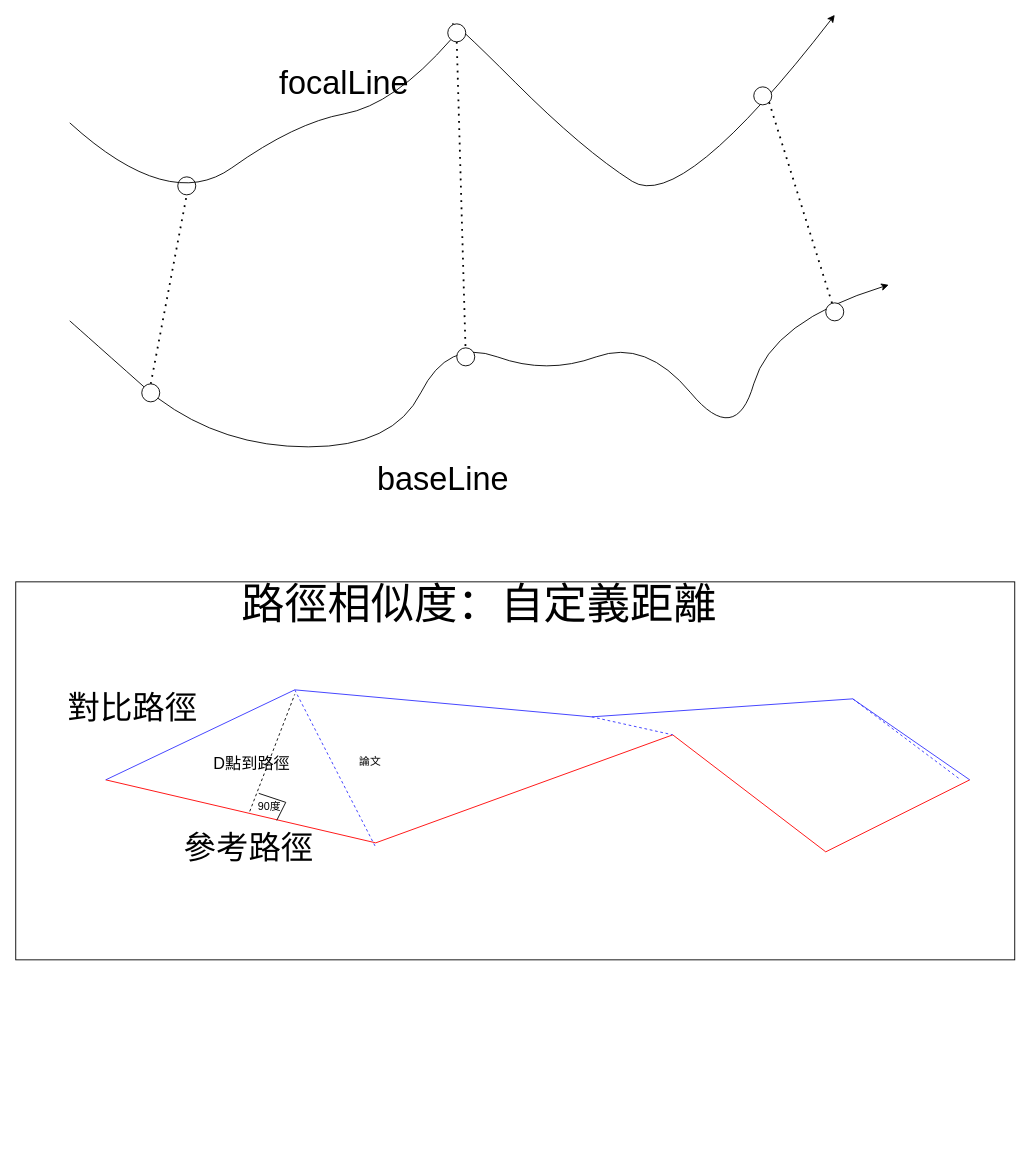
pengzhen80/PigeonRace keeps this draw.io diagram as page "routeSimilarity公式圖解" (2 of 16) of gpsDataAnalysisFunctionDesion.drawio. Above is the earlier version. Source tidied: cells renumbered, new cells numbered last; positions are measured from the earlier drawing's top-left corner, leaving out a move shared by most shapes. Both pictures are drawn from the tidied source at 90%, with x=0, y=0 at pixel (15, 14).
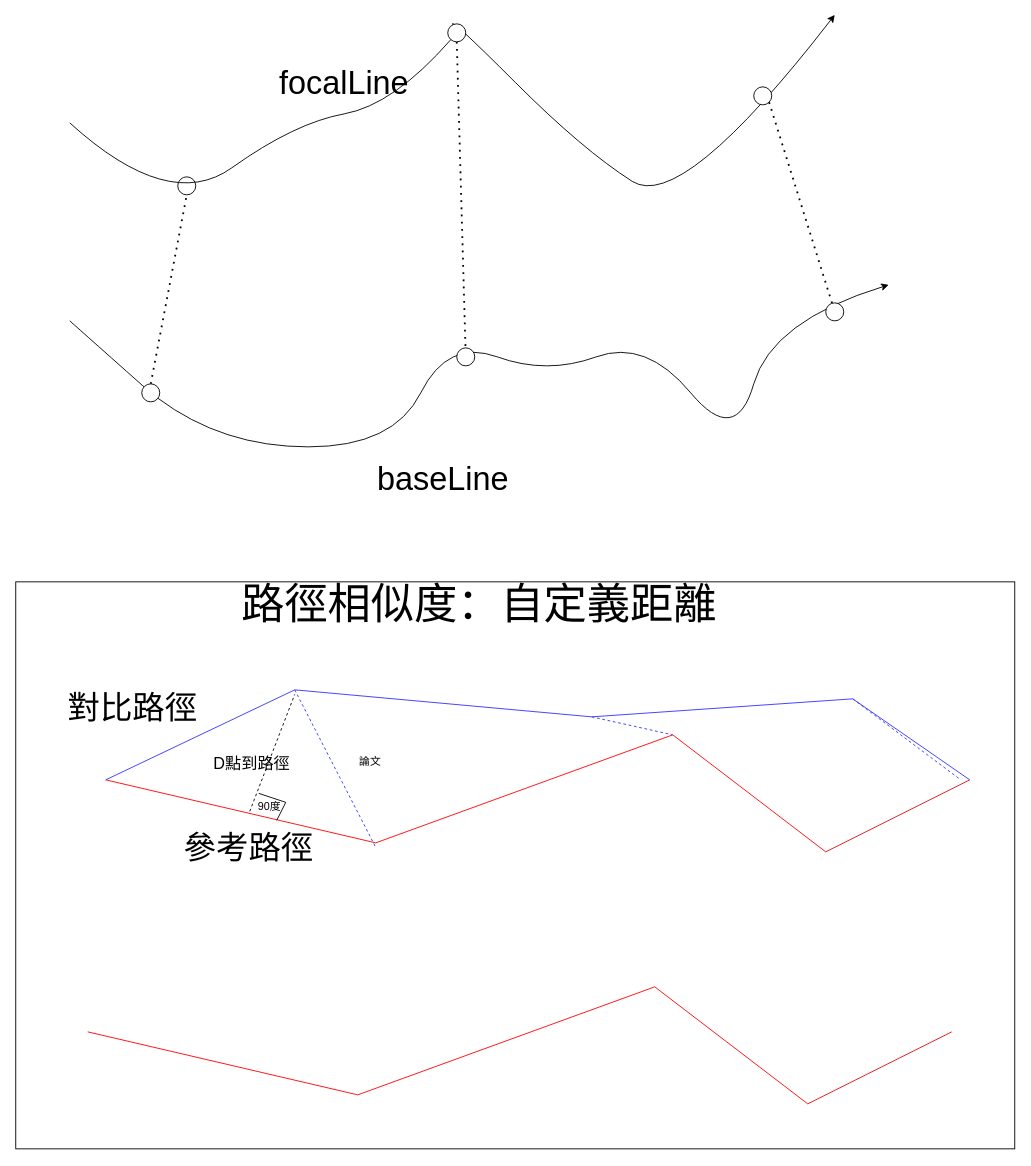
Above is the later version.

The edit, as a diff of the source:
```diff
@@
     <mxCell id="17" style="rounded=0;whiteSpace=wrap;html=1;fontSize=36;" parent="1" vertex="1">
-      <mxGeometry y="630" width="1110" height="420" as="geometry" />
+      <mxGeometry y="630" width="1110" height="630" as="geometry" />
     </mxCell>
@@
+    <mxCell id="31" style="endArrow=none;html=1;rounded=0;fontSize=36;strokeColor=#FF0000;" parent="1" edge="1">
+      <mxGeometry relative="1" as="geometry">
+        <mxPoint x="80" y="1130" as="sourcePoint" />
+        <mxPoint x="1040" y="1130" as="targetPoint" />
+        <Array as="points">
+          <mxPoint x="380" y="1200" />
+          <mxPoint x="710" y="1080" />
+          <mxPoint x="880" y="1210" />
+        </Array>
+      </mxGeometry>
+    </mxCell>
```
